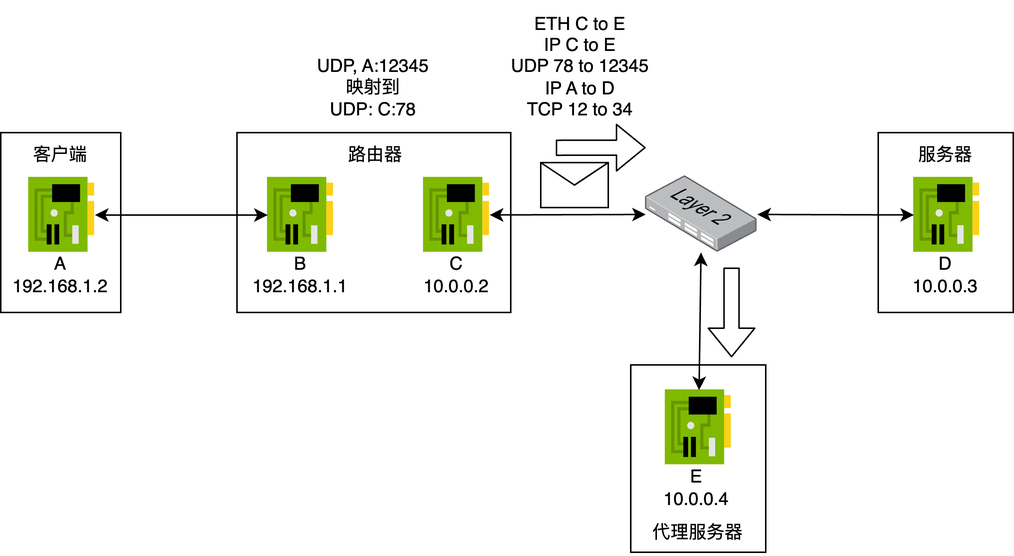
This is example_step7.png from N2Sys-EDU/Lab3-Documentation, a draw.io export, as it was before one commit. Source tidied: cells renumbered, new cells last; positions are measured from the earlier drawing's top-left corner, leaving out a move shared by most shapes.
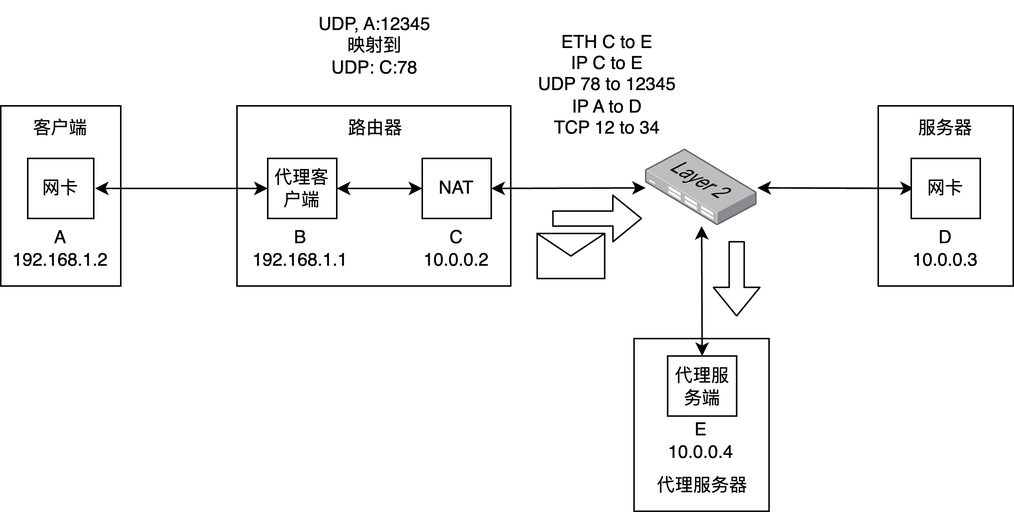
Later version of the same file.

What changed in the source:
```diff
@@ -3,41 +3,35 @@
     <mxCell id="0" />
     <mxCell id="1" parent="0" />
     <mxCell id="2" style="shape=message;html=1;html=1;labelPosition=center;verticalLabelPosition=bottom;align=center;verticalAlign=top;" parent="1" vertex="1">
-      <mxGeometry x="360" y="108" width="45" height="30" as="geometry" />
+      <mxGeometry x="357.6" y="173" width="45" height="30" as="geometry" />
     </mxCell>
     <mxCell id="3" style="shape=flexArrow;endArrow=classic;html=1;" parent="1" edge="1">
       <mxGeometry relative="1" as="geometry">
-        <mxPoint x="370" y="98.1" as="sourcePoint" />
-        <mxPoint x="430" y="98" as="targetPoint" />
+        <mxPoint x="367.6" y="163.1" as="sourcePoint" />
+        <mxPoint x="427.6" y="163" as="targetPoint" />
       </mxGeometry>
     </mxCell>
     <mxCell id="4" value="ETH C to E&lt;br&gt;IP C to E&lt;br&gt;UDP 78 to 12345&lt;br&gt;IP A to D&lt;br&gt;TCP 12 to 34" style="text;html=1;strokeColor=none;fillColor=none;align=center;verticalAlign=middle;whiteSpace=wrap;rounded=0;" parent="1" vertex="1">
-      <mxGeometry x="326" y="-0.2" width="121.2" height="88.2" as="geometry" />
+      <mxGeometry x="344" y="29.8" width="121.2" height="88.2" as="geometry" />
     </mxCell>
     <mxCell id="5" value="UDP, A:12345&lt;br&gt;映射到&lt;br&gt;UDP: C:78" style="text;html=1;strokeColor=none;fillColor=none;align=center;verticalAlign=middle;whiteSpace=wrap;rounded=0;" parent="1" vertex="1">
-      <mxGeometry x="188.1" y="28.9" width="121.2" height="59.1" as="geometry" />
+      <mxGeometry x="189.4" y="18" width="121.2" height="59.1" as="geometry" />
     </mxCell>
-    <mxCell id="6" style="rounded=0;whiteSpace=wrap;html=1;" parent="1" vertex="1">
-      <mxGeometry x="585" y="88" width="90" height="120" as="geometry" />
-    </mxCell>
-    <mxCell id="7" style="rounded=0;whiteSpace=wrap;html=1;" parent="1" vertex="1">
-      <mxGeometry x="420" y="243" width="90" height="125" as="geometry" />
-    </mxCell>
-    <mxCell id="8" style="rounded=0;whiteSpace=wrap;html=1;" parent="1" vertex="1">
-      <mxGeometry x="157.5" y="88" width="182.5" height="120" as="geometry" />
-    </mxCell>
-    <mxCell id="9" style="rounded=0;whiteSpace=wrap;html=1;" parent="1" vertex="1">
-      <mxGeometry y="88" width="80" height="120" as="geometry" />
-    </mxCell>
+    <mxCell id="29" style="rounded=0;whiteSpace=wrap;html=1;" parent="1" vertex="1">
+      <mxGeometry x="585" y="88" width="90" height="120" as="geometry" />
+    </mxCell>
+    <mxCell id="30" style="rounded=0;whiteSpace=wrap;html=1;" parent="1" vertex="1">
+      <mxGeometry x="422.2" y="243" width="90" height="115" as="geometry" />
+    </mxCell>
+    <mxCell id="31" style="rounded=0;whiteSpace=wrap;html=1;" parent="1" vertex="1">
+      <mxGeometry x="157.5" y="88" width="182.5" height="120" as="geometry" />
+    </mxCell>
+    <mxCell id="32" style="rounded=0;whiteSpace=wrap;html=1;" parent="1" vertex="1">
+      <mxGeometry y="88" width="80" height="120" as="geometry" />
+    </mxCell>
     <mxCell id="10" value="客户端" style="text;html=1;strokeColor=none;fillColor=none;align=center;verticalAlign=middle;whiteSpace=wrap;rounded=0;" parent="1" vertex="1">
       <mxGeometry y="88" width="80" height="30" as="geometry" />
     </mxCell>
-    <mxCell id="11" style="sketch=0;html=1;points=[];align=center;image;fontSize=12;image=img/lib/mscae/NetworkInterfaceCard.svg;" parent="1" vertex="1">
-      <mxGeometry x="178" y="118" width="44" height="50" as="geometry" />
-    </mxCell>
-    <mxCell id="12" style="sketch=0;html=1;points=[];align=center;image;fontSize=12;image=img/lib/mscae/NetworkInterfaceCard.svg;" parent="1" vertex="1">
-      <mxGeometry x="18.8" y="118" width="44" height="50" as="geometry" />
-    </mxCell>
     <mxCell id="13" value="A&lt;br&gt;192.168.1.2" style="text;html=1;strokeColor=none;fillColor=none;align=center;verticalAlign=middle;whiteSpace=wrap;rounded=0;" parent="1" vertex="1">
       <mxGeometry y="168" width="80" height="30" as="geometry" />
     </mxCell>
@@ -47,50 +41,67 @@
     <mxCell id="15" value="B&lt;br&gt;192.168.1.1" style="text;html=1;strokeColor=none;fillColor=none;align=center;verticalAlign=middle;whiteSpace=wrap;rounded=0;" parent="1" vertex="1">
       <mxGeometry x="160" y="168" width="80" height="30" as="geometry" />
     </mxCell>
-    <mxCell id="16" style="endArrow=classic;startArrow=classic;html=1;" parent="1" edge="1" source="12" target="11">
-      <mxGeometry relative="1" as="geometry" />
-    </mxCell>
-    <mxCell id="17" style="sketch=0;html=1;points=[];align=center;image;fontSize=12;image=img/lib/mscae/NetworkInterfaceCard.svg;" parent="1" vertex="1">
-      <mxGeometry x="282" y="118" width="44" height="50" as="geometry" />
-    </mxCell>
+    <mxCell id="33" style="endArrow=classic;startArrow=classic;html=1;" parent="1" edge="1">
+      <mxGeometry relative="1" as="geometry">
+        <mxPoint x="62.8" y="143" as="sourcePoint" />
+        <mxPoint x="178" y="143" as="targetPoint" />
+      </mxGeometry>
+    </mxCell>
     <mxCell id="18" value="C&lt;br&gt;10.0.0.2" style="text;html=1;strokeColor=none;fillColor=none;align=center;verticalAlign=middle;whiteSpace=wrap;rounded=0;" parent="1" vertex="1">
       <mxGeometry x="264" y="168" width="80" height="30" as="geometry" />
     </mxCell>
     <mxCell id="19" value="服务器" style="text;html=1;strokeColor=none;fillColor=none;align=center;verticalAlign=middle;whiteSpace=wrap;rounded=0;" parent="1" vertex="1">
       <mxGeometry x="590" y="88" width="80" height="30" as="geometry" />
     </mxCell>
-    <mxCell id="20" style="sketch=0;html=1;points=[];align=center;image;fontSize=12;image=img/lib/mscae/NetworkInterfaceCard.svg;" parent="1" vertex="1">
-      <mxGeometry x="608.8" y="118" width="44" height="50" as="geometry" />
-    </mxCell>
     <mxCell id="21" value="D&lt;br&gt;10.0.0.3" style="text;html=1;strokeColor=none;fillColor=none;align=center;verticalAlign=middle;whiteSpace=wrap;rounded=0;" parent="1" vertex="1">
       <mxGeometry x="590" y="168" width="80" height="30" as="geometry" />
     </mxCell>
-    <mxCell id="22" style="endArrow=classic;startArrow=classic;html=1;" parent="1" edge="1" source="17" target="23">
-      <mxGeometry relative="1" as="geometry" />
-    </mxCell>
-    <mxCell id="23" style="points=[];html=1;align=center;shadow=0;dashed=0;image;image=img/lib/allied_telesis/switch/Switch_24_port_L2.svg;" parent="1" vertex="1">
-      <mxGeometry x="430" y="117" width="74.4" height="51" as="geometry" />
-    </mxCell>
-    <mxCell id="24" style="endArrow=classic;startArrow=classic;html=1;" parent="1" edge="1" source="23" target="20">
-      <mxGeometry relative="1" as="geometry" />
-    </mxCell>
+    <mxCell id="34" style="endArrow=classic;startArrow=classic;html=1;exitX=1;exitY=0.5;exitDx=0;exitDy=0;" parent="1" edge="1" source="41" target="35">
+      <mxGeometry relative="1" as="geometry" />
+    </mxCell>
+    <mxCell id="35" style="points=[];html=1;align=center;shadow=0;dashed=0;image;image=img/lib/allied_telesis/switch/Switch_24_port_L2.svg;" parent="1" vertex="1">
+      <mxGeometry x="430" y="117" width="74.4" height="51" as="geometry" />
+    </mxCell>
+    <mxCell id="36" style="endArrow=classic;startArrow=classic;html=1;" parent="1" edge="1" source="35">
+      <mxGeometry relative="1" as="geometry">
+        <mxPoint x="608.8" y="142.9" as="targetPoint" />
+      </mxGeometry>
+    </mxCell>
     <mxCell id="25" value="代理服务器" style="text;html=1;strokeColor=none;fillColor=none;align=center;verticalAlign=middle;whiteSpace=wrap;rounded=0;" parent="1" vertex="1">
-      <mxGeometry x="425.2" y="339.8" width="80" height="30" as="geometry" />
+      <mxGeometry x="427.6" y="326.4" width="80" height="30" as="geometry" />
     </mxCell>
-    <mxCell id="26" style="sketch=0;html=1;points=[];align=center;image;fontSize=12;image=img/lib/mscae/NetworkInterfaceCard.svg;" parent="1" vertex="1">
-      <mxGeometry x="443.2" y="259.8" width="44" height="50" as="geometry" />
-    </mxCell>
     <mxCell id="27" value="E&lt;br&gt;10.0.0.4" style="text;html=1;strokeColor=none;fillColor=none;align=center;verticalAlign=middle;whiteSpace=wrap;rounded=0;" parent="1" vertex="1">
-      <mxGeometry x="424.4" y="309.8" width="80" height="30" as="geometry" />
+      <mxGeometry x="426.8" y="296.4" width="80" height="30" as="geometry" />
     </mxCell>
-    <mxCell id="28" style="endArrow=classic;startArrow=classic;html=1;" parent="1" edge="1" source="23" target="26">
-      <mxGeometry relative="1" as="geometry" />
-    </mxCell>
-    <mxCell id="29" style="shape=flexArrow;endArrow=classic;html=1;" parent="1" edge="1">
-      <mxGeometry relative="1" as="geometry">
-        <mxPoint x="487.2" y="178" as="sourcePoint" />
-        <mxPoint x="487.2" y="238" as="targetPoint" />
-      </mxGeometry>
-    </mxCell>
+    <mxCell id="37" style="endArrow=classic;startArrow=classic;html=1;entryX=0.5;entryY=0;entryDx=0;entryDy=0;" parent="1" edge="1" source="35" target="44">
+      <mxGeometry relative="1" as="geometry" />
+    </mxCell>
+    <mxCell id="38" value="网卡" style="rounded=0;whiteSpace=wrap;html=1;" parent="1" vertex="1">
+      <mxGeometry x="18" y="123" width="44" height="40" as="geometry" />
+    </mxCell>
+    <mxCell id="39" style="edgeStyle=none;html=1;exitX=1;exitY=0.5;exitDx=0;exitDy=0;entryX=0;entryY=0.5;entryDx=0;entryDy=0;startArrow=classic;startFill=1;" parent="1" edge="1" source="40" target="41">
+      <mxGeometry relative="1" as="geometry" />
+    </mxCell>
+    <mxCell id="40" value="代理客户端" style="rounded=0;whiteSpace=wrap;html=1;" parent="1" vertex="1">
+      <mxGeometry x="178" y="123" width="46" height="40" as="geometry" />
+    </mxCell>
+    <mxCell id="41" value="NAT" style="rounded=0;whiteSpace=wrap;html=1;" parent="1" vertex="1">
+      <mxGeometry x="281" y="123" width="46" height="40" as="geometry" />
+    </mxCell>
+    <mxCell id="42" style="edgeStyle=none;html=1;exitX=0;exitY=0.5;exitDx=0;exitDy=0;" parent="1" edge="1" source="43" target="35">
+      <mxGeometry relative="1" as="geometry" />
+    </mxCell>
+    <mxCell id="43" value="网卡" style="rounded=0;whiteSpace=wrap;html=1;" parent="1" vertex="1">
+      <mxGeometry x="607" y="123" width="46" height="40" as="geometry" />
+    </mxCell>
+    <mxCell id="44" value="代理服务端" style="rounded=0;whiteSpace=wrap;html=1;" parent="1" vertex="1">
+      <mxGeometry x="444.6" y="254.6" width="46" height="40" as="geometry" />
+    </mxCell>
+    <mxCell id="45" style="shape=flexArrow;endArrow=classic;html=1;" parent="1" edge="1">
+      <mxGeometry relative="1" as="geometry">
+        <mxPoint x="490.6" y="178" as="sourcePoint" />
+        <mxPoint x="490.6" y="228.4" as="targetPoint" />
+      </mxGeometry>
+    </mxCell>
   </root>
 </mxGraphModel>
```
